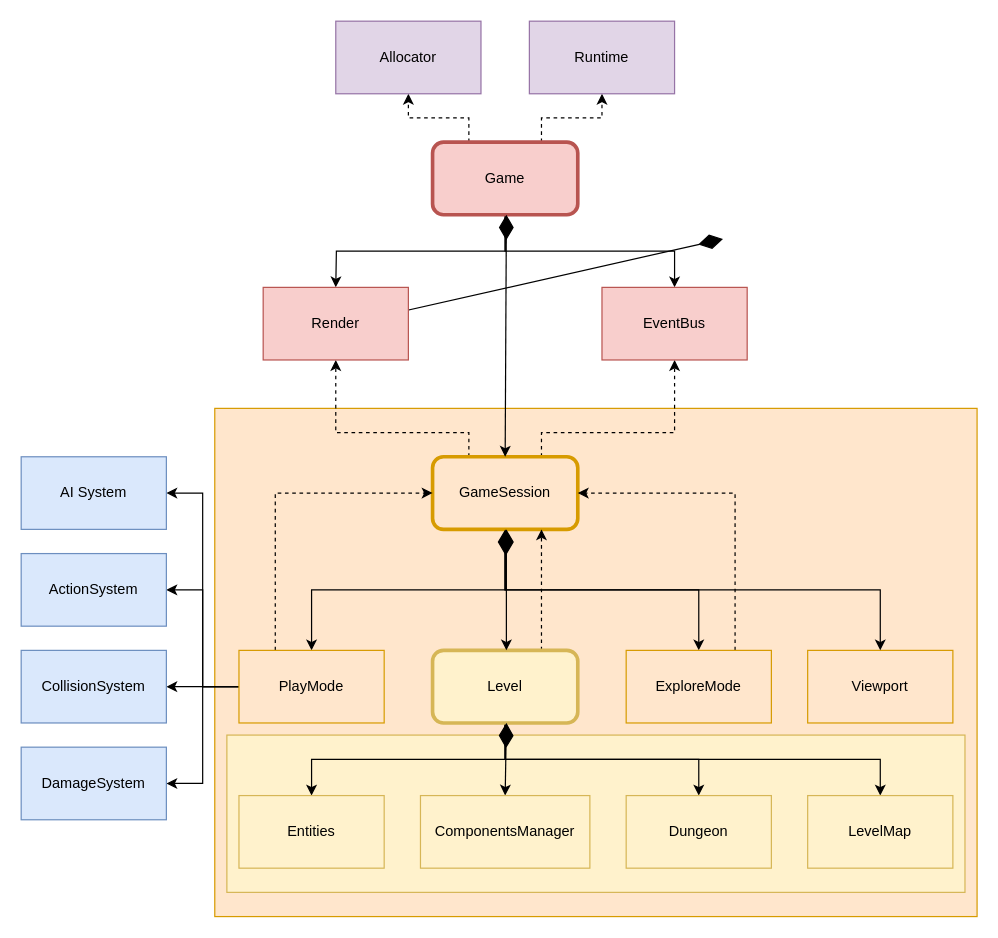
Earlier version of the draw.io diagram page "Main components" (1 of 2) of docs/schemas.drawio (vladimir-popov/forgotten_catacombs). Source tidied: cells renumbered, new cells numbered last; positions are measured from the earlier drawing's top-left corner, leaving out a move shared by most shapes. Both pictures are drawn from the tidied source at 121%, with x=0, y=0 at pixel (21, 21).
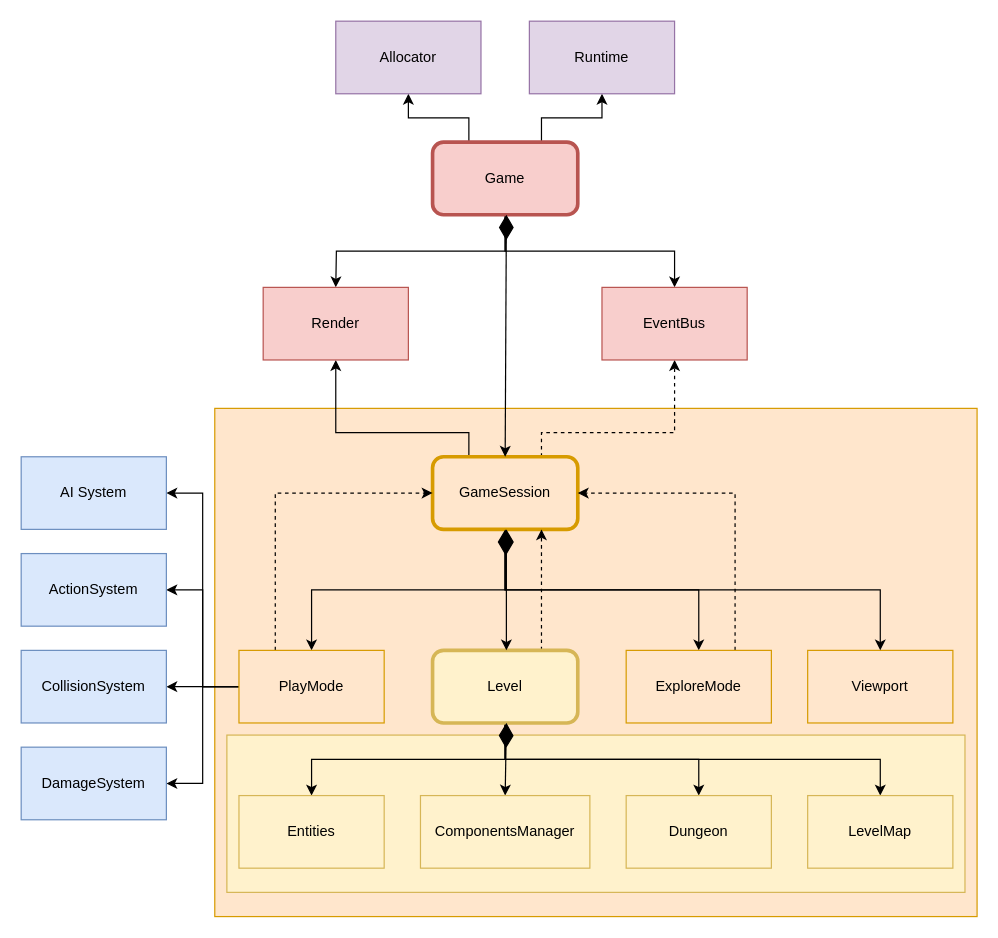
After the change.

The change refers to these unchanged cells:
```xml
<mxCell id="8" value="Game" style="rounded=1;whiteSpace=wrap;html=1;fillColor=#f8cecc;strokeColor=#b85450;strokeWidth=3;" parent="1" vertex="1">
  <mxGeometry x="340" y="100" width="120" height="60" as="geometry" />
</mxCell>
<mxCell id="13" value="GameSession" style="rounded=1;whiteSpace=wrap;html=1;fillColor=#ffe6cc;strokeColor=#d79b00;strokeWidth=3;" parent="1" vertex="1">
  <mxGeometry x="340" y="360" width="120" height="60" as="geometry" />
</mxCell>
<mxCell id="40" value="Runtime" style="rounded=0;whiteSpace=wrap;html=1;fillColor=#e1d5e7;strokeColor=#9673a6;" parent="1" vertex="1">
  <mxGeometry x="420" width="120" height="60" as="geometry" />
</mxCell>
<mxCell id="41" value="Allocator" style="rounded=0;whiteSpace=wrap;html=1;fillColor=#e1d5e7;strokeColor=#9673a6;" parent="1" vertex="1">
  <mxGeometry x="260" width="120" height="60" as="geometry" />
</mxCell>
<mxCell id="42" value="Render" style="rounded=0;whiteSpace=wrap;html=1;fillColor=#f8cecc;strokeColor=#b85450;" parent="1" vertex="1">
  <mxGeometry x="200" y="220" width="120" height="60" as="geometry" />
</mxCell>
```

What changed in the source:
```diff
@@
-    <mxCell id="6" style="edgeStyle=orthogonalEdgeStyle;rounded=0;jettySize=auto;html=1;exitX=0.25;exitY=0;exitDx=0;exitDy=0;dashed=1;" parent="1" edge="1" source="8" target="41">
+    <mxCell id="6" style="edgeStyle=orthogonalEdgeStyle;rounded=0;jettySize=auto;html=1;exitX=0.25;exitY=0;exitDx=0;exitDy=0;" parent="1" edge="1" source="8" target="41">
       <mxGeometry relative="1" as="geometry" />
     </mxCell>
-    <mxCell id="7" style="edgeStyle=orthogonalEdgeStyle;rounded=0;jettySize=auto;html=1;exitX=0.75;exitY=0;exitDx=0;exitDy=0;entryX=0.5;entryY=1;entryDx=0;entryDy=0;dashed=1;" parent="1" edge="1" source="8" target="40">
+    <mxCell id="7" style="edgeStyle=orthogonalEdgeStyle;rounded=0;jettySize=auto;html=1;exitX=0.75;exitY=0;exitDx=0;exitDy=0;entryX=0.5;entryY=1;entryDx=0;entryDy=0;" parent="1" edge="1" source="8" target="40">
       <mxGeometry relative="1" as="geometry" />
     </mxCell>
@@
-    <mxCell id="11" style="edgeStyle=orthogonalEdgeStyle;rounded=0;jettySize=auto;html=1;exitX=0.25;exitY=0;exitDx=0;exitDy=0;entryX=0.5;entryY=1;entryDx=0;entryDy=0;dashed=1;" parent="1" edge="1" source="13" target="42">
+    <mxCell id="11" style="edgeStyle=orthogonalEdgeStyle;rounded=0;jettySize=auto;html=1;exitX=0.25;exitY=0;exitDx=0;exitDy=0;entryX=0.5;entryY=1;entryDx=0;entryDy=0;" parent="1" edge="1" source="13" target="42">
       <mxGeometry relative="1" as="geometry">
         <Array as="points">
           <mxPoint x="370" y="340" />
           <mxPoint x="260" y="340" />
         </Array>
       </mxGeometry>
     </mxCell>
@@
-    <mxCell id="39" style="endArrow=diamondThin;endFill=1;endSize=18;html=1;rounded=0;entryX=0.5;entryY=1;entryDx=0;entryDy=0;startArrow=classic;startFill=1;exitX=0.5;exitY=0;exitDx=0;exitDy=0;strokeWidth=1;fillColor=#ffe6cc;strokeColor=#000000;" parent="1" edge="1">
-      <mxGeometry relative="1" as="geometry">
-        <mxPoint x="270" y="250" as="sourcePoint" />
-        <mxPoint x="580" y="180" as="targetPoint" />
-      </mxGeometry>
-    </mxCell>
```
